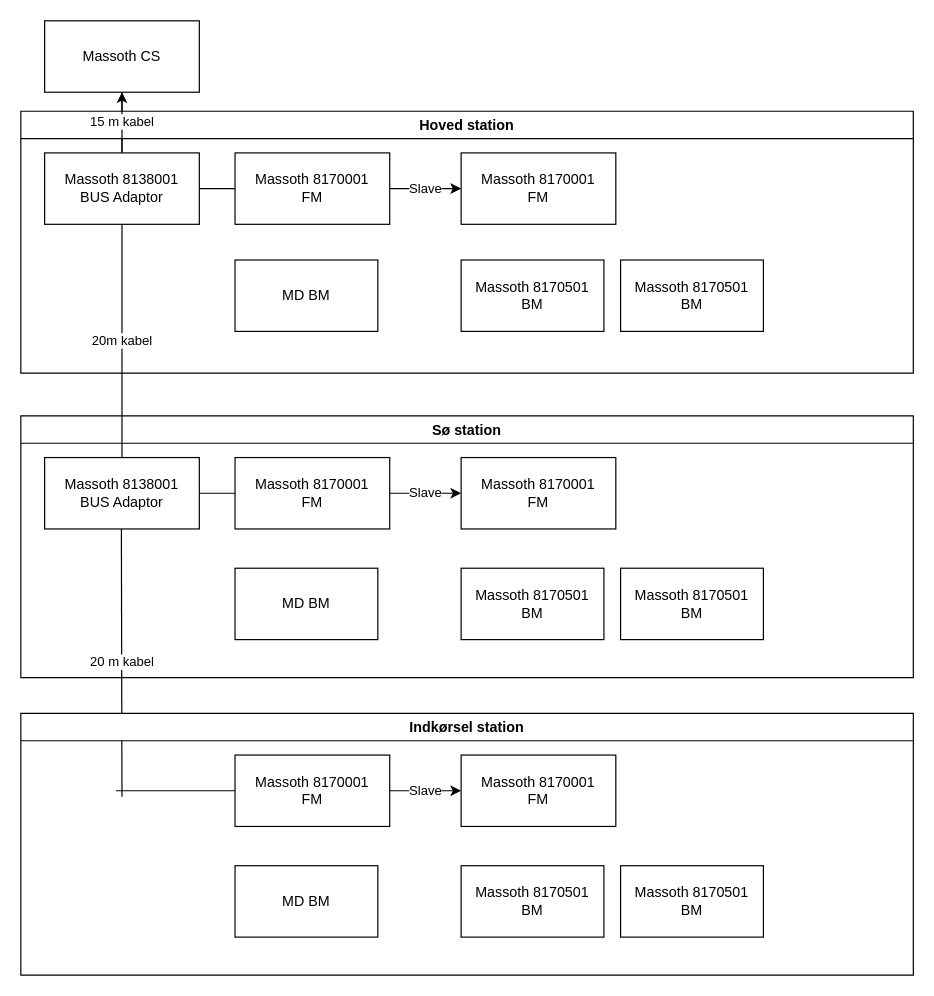
Earlier version of the draw.io diagram massoth_feedback_layout.drawio (MaxWinther/rocrail). Source tidied: cells renumbered, new cells numbered last; positions are measured from the earlier drawing's top-left corner, leaving out a move shared by most shapes. Both pictures are drawn from the tidied source at 119%, with x=0, y=0 at pixel (20, 20).
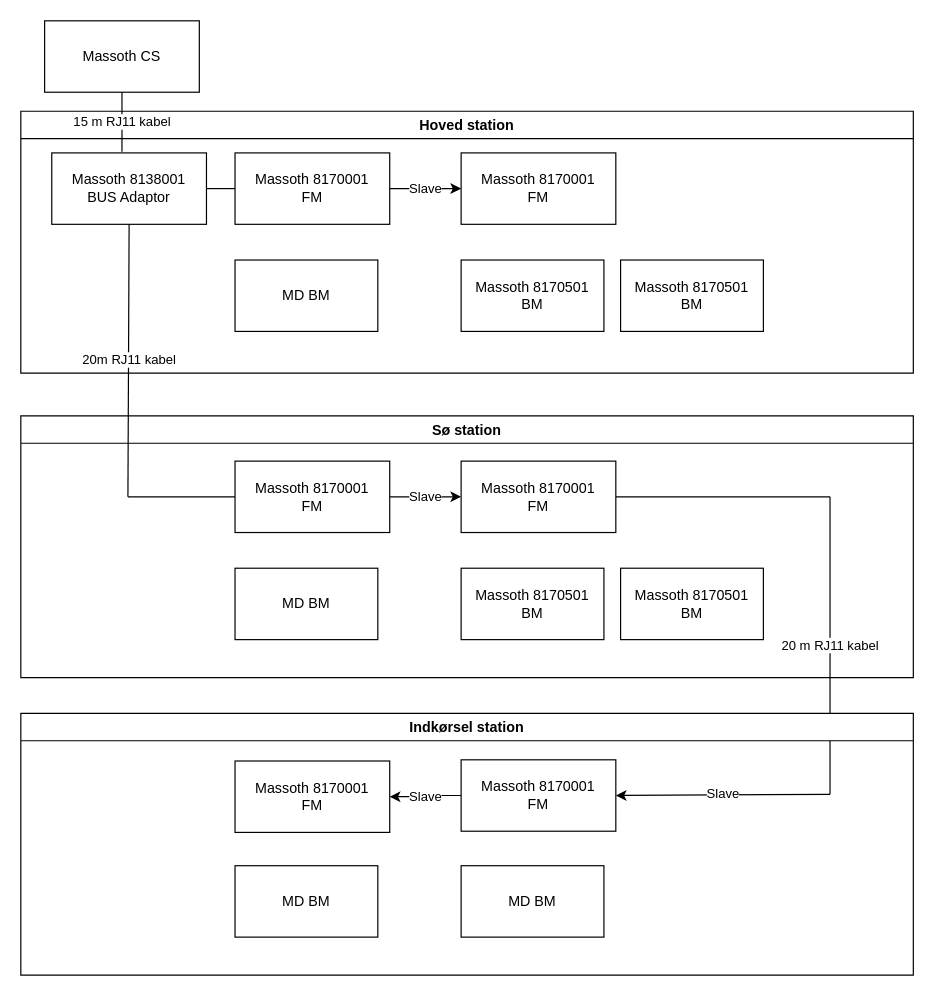
The same diagram, later.

Unchanged cells that the change refers to:
```xml
<mxCell id="7" value="Hoved station" style="swimlane;" parent="1" vertex="1">
  <mxGeometry y="76" width="750" height="220" as="geometry" />
</mxCell>
<mxCell id="17" value="Sø station" style="swimlane;" parent="1" vertex="1">
  <mxGeometry y="332" width="750" height="220" as="geometry" />
</mxCell>
<mxCell id="26" value="Indkørsel station" style="swimlane;" parent="1" vertex="1">
  <mxGeometry y="582" width="750" height="220" as="geometry" />
</mxCell>
<mxCell id="32" value="Massoth CS" style="rounded=0;whiteSpace=wrap;html=1;" parent="1" vertex="1">
  <mxGeometry x="20" width="130" height="60" as="geometry" />
</mxCell>
```

What changed in the source:
```diff
@@
-    <mxCell id="4" style="edgeStyle=orthogonalEdgeStyle;rounded=0;jettySize=auto;html=1;" parent="1" edge="1" source="5" target="32">
-      <mxGeometry relative="1" as="geometry" />
-    </mxCell>
     <mxCell id="5" value="Massoth 8138001&lt;br&gt;BUS Adaptor" style="rounded=0;whiteSpace=wrap;html=1;" parent="1" vertex="1">
-      <mxGeometry x="20" y="111" width="130" height="60" as="geometry" />
+      <mxGeometry x="26" y="111" width="130" height="60" as="geometry" />
     </mxCell>
@@
-    <mxCell id="8" value="15 m kabel" style="endArrow=none;html=1;rounded=0;entryX=0.5;entryY=1;entryDx=0;entryDy=0;" parent="7" edge="1" target="32">
+    <mxCell id="8" value="15 m RJ11 kabel" style="endArrow=none;html=1;rounded=0;entryX=0.5;entryY=1;entryDx=0;entryDy=0;" parent="7" edge="1" target="32">
       <mxGeometry relative="1" as="geometry">
         <mxPoint x="85" y="34" as="sourcePoint" />
       </mxGeometry>
     </mxCell>
@@
     <mxCell id="14" value="Massoth 8170001&lt;br&gt;FM" style="rounded=0;whiteSpace=wrap;html=1;" parent="1" vertex="1">
-      <mxGeometry x="180" y="367" width="130" height="60" as="geometry" />
+      <mxGeometry x="180" y="370" width="130" height="60" as="geometry" />
     </mxCell>
-    <mxCell id="15" value="Massoth 8138001&lt;br&gt;BUS Adaptor" style="rounded=0;whiteSpace=wrap;html=1;" parent="1" vertex="1">
-      <mxGeometry x="20" y="367" width="130" height="60" as="geometry" />
-    </mxCell>
-    <mxCell id="16" style="endArrow=none;html=1;rounded=0;entryX=1;entryY=0.5;entryDx=0;entryDy=0;exitX=0;exitY=0.5;exitDx=0;exitDy=0;" parent="1" edge="1" source="14" target="15">
-      <mxGeometry relative="1" as="geometry" />
+    <mxCell id="16" style="endArrow=none;html=1;rounded=0;exitX=0;exitY=0.5;exitDx=0;exitDy=0;" parent="1" edge="1" source="14">
+      <mxGeometry relative="1" as="geometry">
+        <mxPoint x="90" y="400" as="targetPoint" />
+      </mxGeometry>
     </mxCell>
@@
-    <mxCell id="18" value="20 m kabel" style="endArrow=none;html=1;rounded=0;entryX=0.5;entryY=1;entryDx=0;entryDy=0;" parent="17" edge="1">
+    <mxCell id="18" value="20 m RJ11 kabel" style="endArrow=none;html=1;rounded=0;" parent="17" edge="1">
       <mxGeometry relative="1" as="geometry">
-        <mxPoint x="85" y="320" as="sourcePoint" />
-        <mxPoint x="84.5" y="95" as="targetPoint" />
+        <mxPoint x="680" y="318" as="sourcePoint" />
+        <mxPoint x="680" y="68" as="targetPoint" />
       </mxGeometry>
     </mxCell>
     <mxCell id="19" value="Massoth 8170001&lt;br&gt;FM" style="rounded=0;whiteSpace=wrap;html=1;" parent="17" vertex="1">
-      <mxGeometry x="370" y="35" width="130" height="60" as="geometry" />
+      <mxGeometry x="370" y="38" width="130" height="60" as="geometry" />
     </mxCell>
@@
-    <mxCell id="23" value="Slave" style="edgeStyle=orthogonalEdgeStyle;rounded=0;jettySize=auto;html=1;exitX=1;exitY=0.5;exitDx=0;exitDy=0;" parent="1" edge="1" source="24" target="27">
+    <mxCell id="23" value="Slave" style="edgeStyle=orthogonalEdgeStyle;rounded=0;jettySize=auto;html=1;exitX=0;exitY=0.5;exitDx=0;exitDy=0;entryX=1;entryY=0.5;entryDx=0;entryDy=0;" parent="1" edge="1" source="27" target="24">
       <mxGeometry relative="1" as="geometry" />
     </mxCell>
     <mxCell id="24" value="Massoth 8170001&lt;br&gt;FM" style="rounded=0;whiteSpace=wrap;html=1;" parent="1" vertex="1">
-      <mxGeometry x="180" y="617" width="130" height="60" as="geometry" />
+      <mxGeometry x="180" y="622" width="130" height="60" as="geometry" />
     </mxCell>
-    <mxCell id="25" style="endArrow=none;html=1;rounded=0;exitX=0;exitY=0.5;exitDx=0;exitDy=0;" parent="1" edge="1" source="24">
+    <mxCell id="25" style="endArrow=none;html=1;rounded=0;exitX=1;exitY=0.5;exitDx=0;exitDy=0;" parent="1" edge="1" source="19">
       <mxGeometry relative="1" as="geometry">
-        <mxPoint x="80" y="647" as="targetPoint" />
+        <mxPoint x="680" y="400" as="targetPoint" />
       </mxGeometry>
     </mxCell>
@@
     <mxCell id="27" value="Massoth 8170001&lt;br&gt;FM" style="rounded=0;whiteSpace=wrap;html=1;" parent="26" vertex="1">
-      <mxGeometry x="370" y="35" width="130" height="60" as="geometry" />
+      <mxGeometry x="370" y="39" width="130" height="60" as="geometry" />
     </mxCell>
@@
-    <mxCell id="29" value="Massoth 8170501&lt;br&gt;BM" style="rounded=0;whiteSpace=wrap;html=1;" parent="26" vertex="1">
-      <mxGeometry x="370" y="128" width="120" height="60" as="geometry" />
-    </mxCell>
-    <mxCell id="30" value="Massoth 8170501&lt;br&gt;BM" style="rounded=0;whiteSpace=wrap;html=1;" parent="26" vertex="1">
-      <mxGeometry x="504" y="128" width="120" height="60" as="geometry" />
-    </mxCell>
+    <mxCell id="34" value="MD BM" style="rounded=0;whiteSpace=wrap;html=1;" parent="26" vertex="1">
+      <mxGeometry x="370" y="128" width="120" height="60" as="geometry" />
+    </mxCell>
-    <mxCell id="31" value="20m kabel" style="endArrow=none;html=1;rounded=0;exitX=0.5;exitY=0;exitDx=0;exitDy=0;entryX=0.5;entryY=1;entryDx=0;entryDy=0;" parent="1" edge="1" source="15" target="5">
-      <mxGeometry relative="1" as="geometry" />
+    <mxCell id="31" value="20m RJ11 kabel" style="endArrow=none;html=1;rounded=0;entryX=0.5;entryY=1;entryDx=0;entryDy=0;" parent="1" edge="1" target="5">
+      <mxGeometry relative="1" as="geometry">
+        <mxPoint x="90" y="400" as="sourcePoint" />
+      </mxGeometry>
     </mxCell>
@@
+    <mxCell id="35" value="Slave" style="endArrow=classic;html=1;rounded=0;entryX=1;entryY=0.5;entryDx=0;entryDy=0;" parent="1" edge="1" target="27">
+      <mxGeometry relative="1" as="geometry">
+        <mxPoint x="680" y="650" as="sourcePoint" />
+      </mxGeometry>
+    </mxCell>
```
